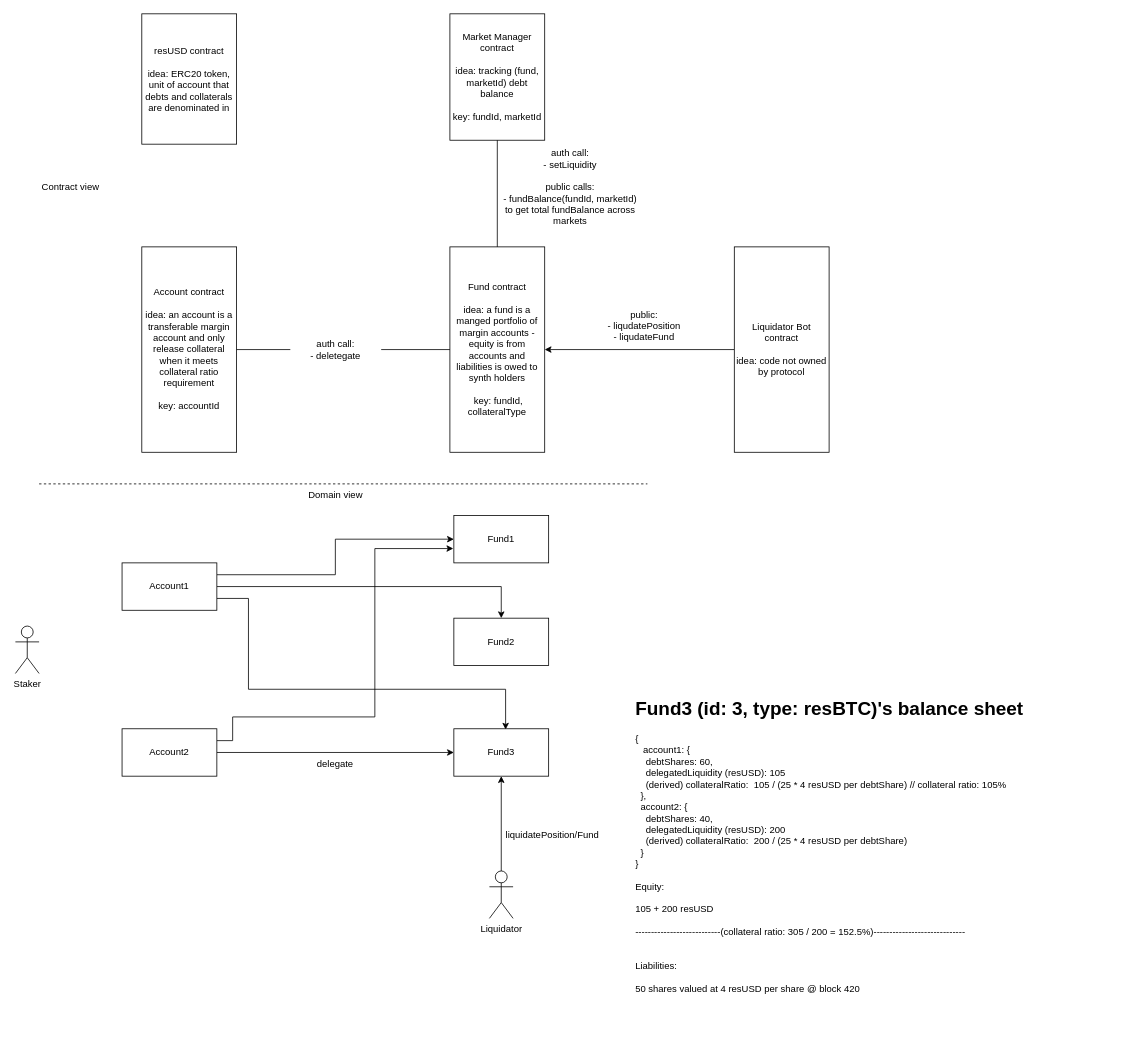
This is maps/account-fund-vSIP.drawio from exp7l/resilience, a draw.io file, before an edit. Source tidied: cells renumbered, new cells numbered last; positions are measured from the earlier drawing's top-left corner, leaving out a move shared by most shapes. Both pictures are drawn from the tidied source at 79%, with x=0, y=0 at pixel (15, 13).
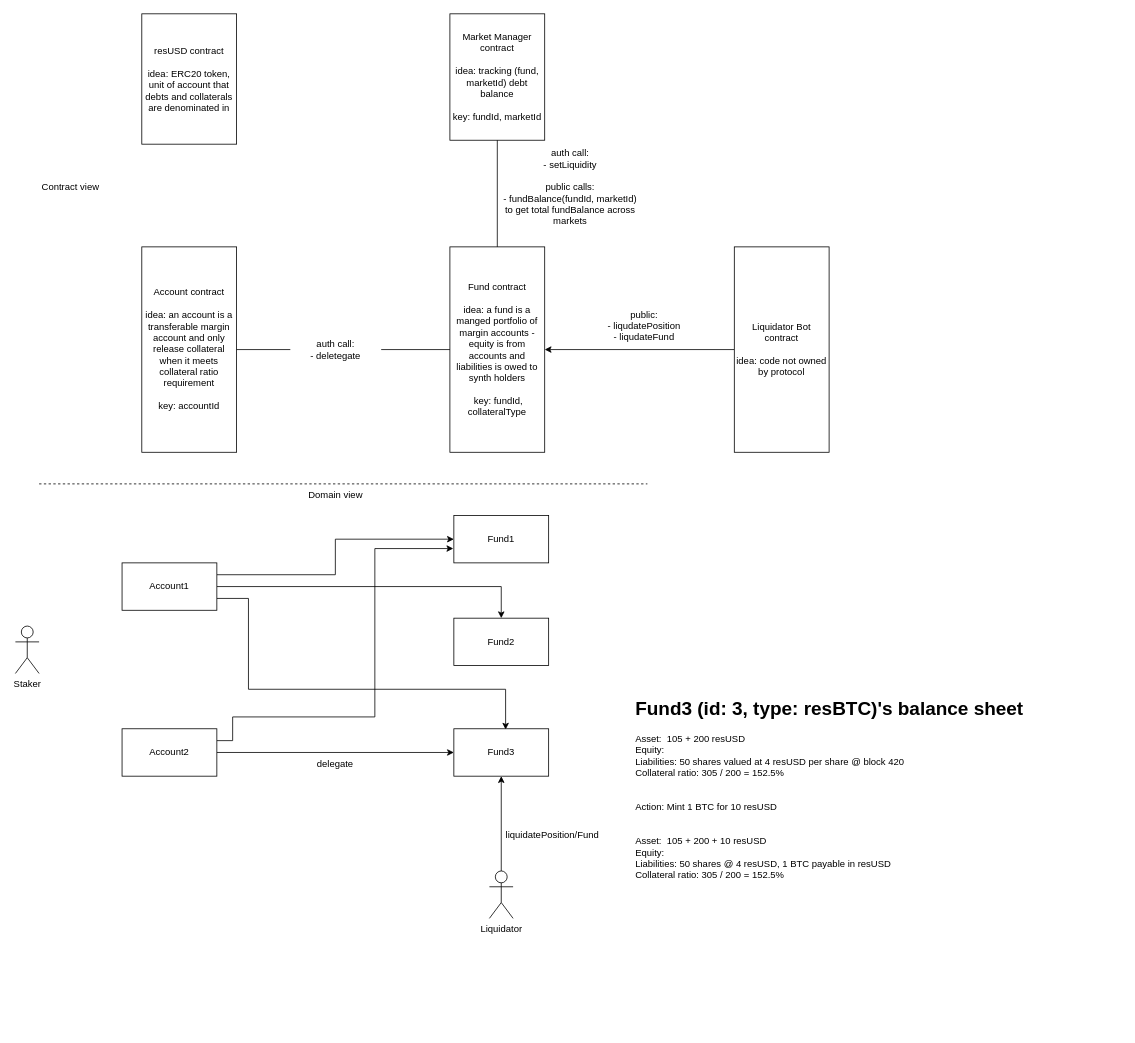
The same page after the edit.

Change to the diagram source:
```diff
@@
-    <mxCell id="32" value="&lt;h1&gt;&lt;span style=&quot;background-color: initial;&quot;&gt;Fund3 (id: 3, type: resBTC)'s balance sheet&amp;nbsp;&amp;nbsp;&lt;/span&gt;&lt;br&gt;&lt;/h1&gt;&lt;div&gt;{&amp;nbsp;&lt;/div&gt;&lt;div&gt;&amp;nbsp;&amp;nbsp;&lt;span style=&quot;background-color: initial;&quot;&gt;&amp;nbsp;&lt;/span&gt;&lt;span style=&quot;background-color: initial;&quot;&gt;account1: {&lt;/span&gt;&lt;/div&gt;&lt;div&gt;&amp;nbsp; &amp;nbsp; debtShares: 60,&lt;/div&gt;&lt;div&gt;&amp;nbsp; &amp;nbsp; delegatedLiquidity (resUSD): 105&lt;/div&gt;&lt;div&gt;&amp;nbsp; &amp;nbsp; (derived) collateralRatio:&amp;nbsp; 105 / (25 * 4 resUSD per debtShare) // collateral ratio: 105%&lt;/div&gt;&lt;div&gt;&amp;nbsp; },&lt;/div&gt;&lt;div&gt;&amp;nbsp; account2: {&lt;/div&gt;&lt;div&gt;&amp;nbsp; &amp;nbsp; debtShares: 40,&lt;/div&gt;&lt;div&gt;&amp;nbsp; &amp;nbsp; delegatedLiquidity (resUSD): 200&lt;/div&gt;&lt;div&gt;&amp;nbsp; &amp;nbsp; (derived) collateralRatio:&amp;nbsp; 200 / (25 * 4 resUSD per debtShare)&lt;/div&gt;&lt;div&gt;&amp;nbsp; }&amp;nbsp;&lt;/div&gt;&lt;div&gt;}&lt;/div&gt;&lt;div&gt;&lt;br&gt;&lt;/div&gt;&lt;div&gt;Equity:&lt;/div&gt;&lt;div&gt;&lt;br&gt;&lt;/div&gt;&lt;div&gt;105 + 200 resUSD&lt;/div&gt;&lt;div&gt;&lt;br&gt;&lt;/div&gt;&lt;div&gt;---------------------------(collateral ratio: 305 / 200 = 152.5%)-----------------------------&lt;/div&gt;&lt;div&gt;&lt;br&gt;&lt;/div&gt;&lt;div&gt;&lt;br&gt;&lt;/div&gt;&lt;div&gt;Liabilities:&lt;/div&gt;&lt;div&gt;&lt;br&gt;&lt;/div&gt;&lt;div&gt;50 shares valued at 4 resUSD per share @ block 420&lt;/div&gt;" style="text;html=1;strokeColor=none;fillColor=none;spacing=5;spacingTop=-20;whiteSpace=wrap;overflow=hidden;rounded=0;" parent="1" vertex="1">
+    <mxCell id="32" value="&lt;h1&gt;&lt;span style=&quot;background-color: initial;&quot;&gt;Fund3 (id: 3, type: resBTC)'s balance sheet&amp;nbsp;&amp;nbsp;&lt;/span&gt;&lt;/h1&gt;&lt;div&gt;Asset:&amp;nbsp;&amp;nbsp;&lt;span style=&quot;background-color: initial;&quot;&gt;105 + 200 resUSD&lt;/span&gt;&lt;/div&gt;&lt;div&gt;Equity:&lt;/div&gt;&lt;div&gt;Liabilities:&amp;nbsp;&lt;span style=&quot;background-color: initial;&quot;&gt;50 shares valued at 4 resUSD per share @ block 420&lt;/span&gt;&lt;/div&gt;&lt;div&gt;Collateral ratio: 305 / 200 = 152.5%&lt;span style=&quot;background-color: initial;&quot;&gt;&lt;br&gt;&lt;/span&gt;&lt;/div&gt;&lt;div&gt;&lt;br&gt;&lt;/div&gt;&lt;div&gt;&lt;br&gt;&lt;/div&gt;&lt;div&gt;Action: Mint 1 BTC for 10 resUSD&lt;/div&gt;&lt;div&gt;&lt;br&gt;&lt;/div&gt;&lt;div&gt;&lt;br&gt;&lt;/div&gt;&lt;div&gt;&lt;div&gt;Asset:&amp;nbsp;&amp;nbsp;&lt;span style=&quot;background-color: initial;&quot;&gt;105 + 200 + 10 resUSD&lt;/span&gt;&lt;/div&gt;&lt;div&gt;Equity:&lt;/div&gt;&lt;div&gt;Liabilities:&amp;nbsp;&lt;span style=&quot;background-color: initial;&quot;&gt;50 shares @ 4 resUSD, 1 BTC payable in resUSD&lt;/span&gt;&lt;/div&gt;&lt;div&gt;Collateral ratio: 305 / 200 = 152.5%&lt;/div&gt;&lt;/div&gt;&lt;div&gt;&lt;br&gt;&lt;/div&gt;&lt;div&gt;&lt;br&gt;&lt;/div&gt;" style="text;html=1;strokeColor=none;fillColor=none;spacing=5;spacingTop=-20;whiteSpace=wrap;overflow=hidden;rounded=0;" parent="1" vertex="1">
       <mxGeometry x="780" y="860" width="620" height="425" as="geometry" />
     </mxCell>
```
